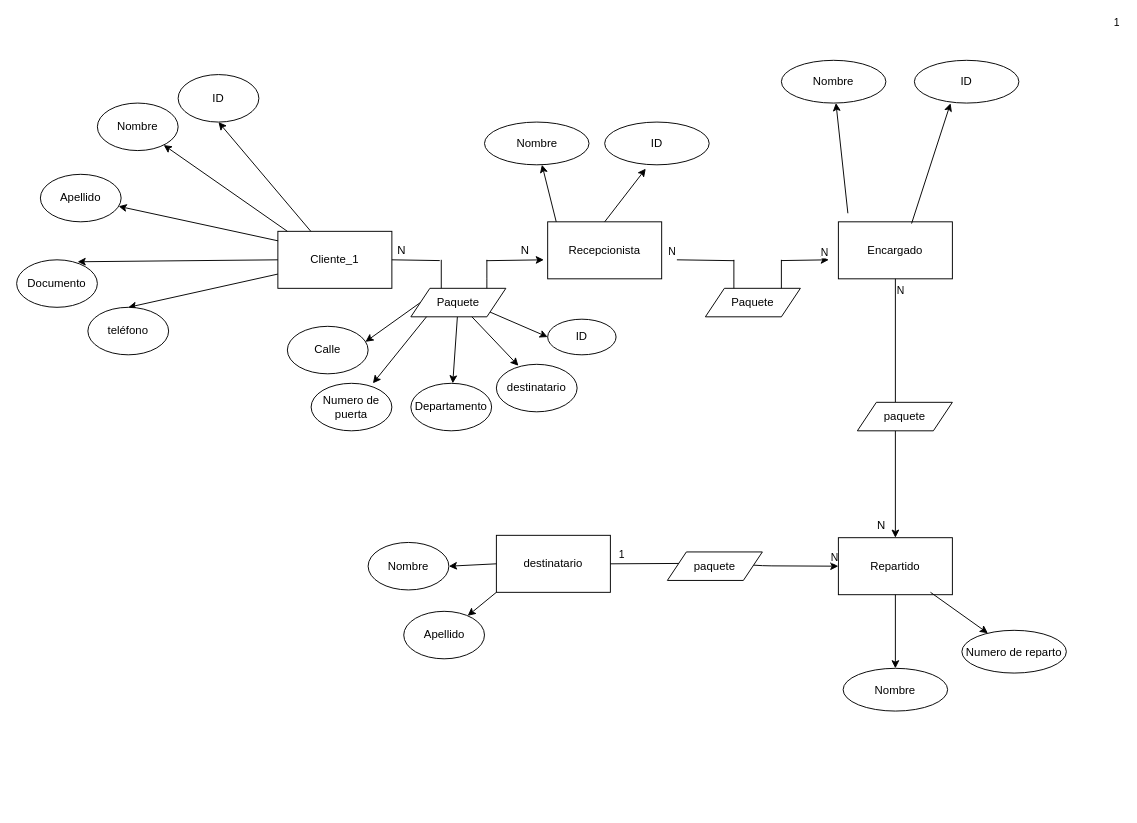
Before: mer.drawio in mateovillaa11/Proyecto_FindeA-o, a draw.io diagram. Source tidied: cells renumbered, new cells numbered last; positions are measured from the earlier drawing's top-left corner, leaving out a move shared by most shapes. Both pictures are drawn from the tidied source at 95%, with x=0, y=0 at pixel (16, 60).
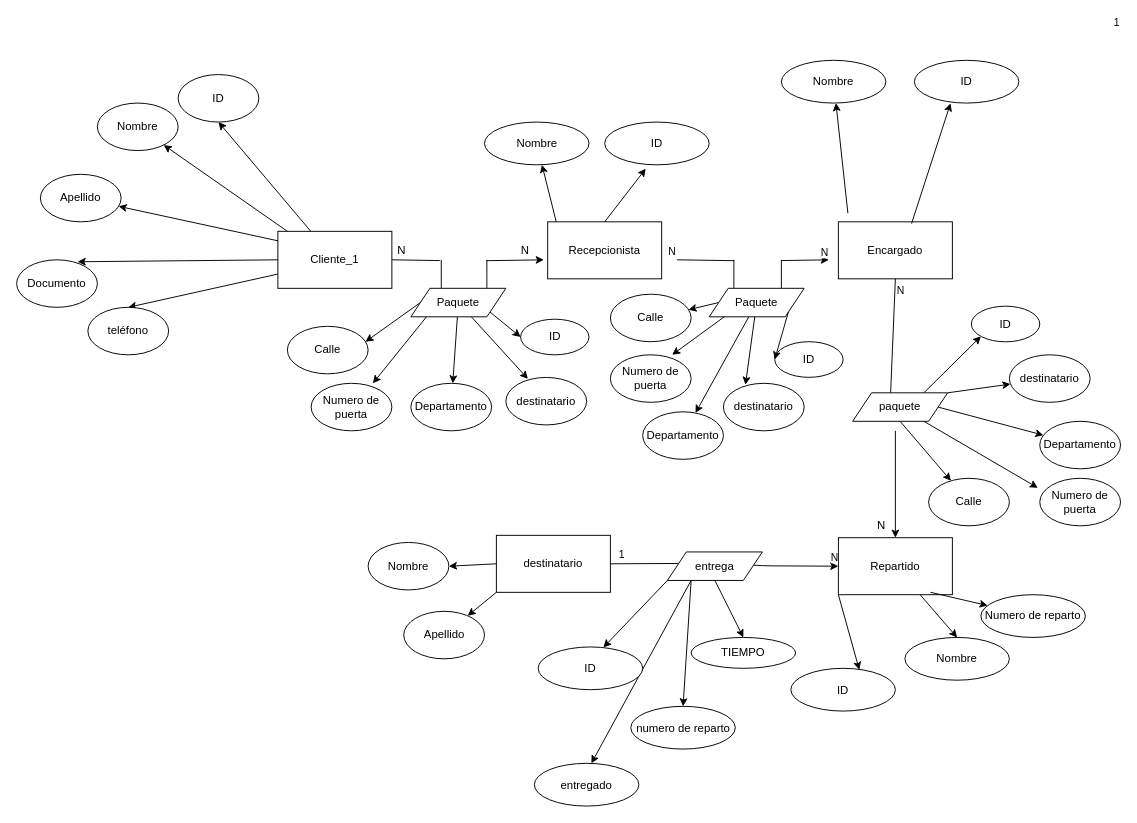
After the change.

Commit message:
mer nuevo

Unchanged cells that the change refers to:
```xml
<mxCell id="3" value="Repartido" style="rounded=0;whiteSpace=wrap;html=1;" parent="1" vertex="1">
  <mxGeometry x="865" y="502.5" width="120" height="60" as="geometry" />
</mxCell>
```

The edit, as a diff of the source:
```diff
@@
+    <mxCell id="67" style="edgeStyle=none;html=1;exitX=0;exitY=1;exitDx=0;exitDy=0;entryX=0.655;entryY=0.036;entryDx=0;entryDy=0;entryPerimeter=0;" parent="1" edge="1" source="3" target="92">
+      <mxGeometry relative="1" as="geometry" />
+    </mxCell>
@@
     <mxCell id="46" value=" destinatario" style="ellipse;whiteSpace=wrap;html=1;" parent="1" vertex="1">
-      <mxGeometry x="505" y="320" width="85" height="50" as="geometry" />
+      <mxGeometry x="515" y="333.8" width="85" height="50" as="geometry" />
     </mxCell>
@@
     <mxCell id="52" value="ID" style="ellipse;whiteSpace=wrap;html=1;" parent="1" vertex="1">
-      <mxGeometry x="559" y="272.5" width="72" height="37.5" as="geometry" />
+      <mxGeometry x="530.5" y="272.5" width="72" height="37.5" as="geometry" />
     </mxCell>
@@
     <mxCell id="58" value="Nombre" style="ellipse;whiteSpace=wrap;html=1;" parent="1" vertex="1">
-      <mxGeometry x="870" y="640" width="110" height="45" as="geometry" />
+      <mxGeometry x="935" y="607.5" width="110" height="45" as="geometry" />
     </mxCell>
     <mxCell id="59" value="Numero de reparto" style="ellipse;whiteSpace=wrap;html=1;" parent="1" vertex="1">
-      <mxGeometry x="995" y="600" width="110" height="45" as="geometry" />
+      <mxGeometry x="1015" y="562.5" width="110" height="45" as="geometry" />
     </mxCell>
@@
-    <mxCell id="62" value="Paquete" style="shape=parallelogram;perimeter=parallelogramPerimeter;whiteSpace=wrap;html=1;fixedSize=1;" parent="1" vertex="1">
-      <mxGeometry x="725" y="240" width="100" height="30" as="geometry" />
-    </mxCell>
@@
+    <mxCell id="68" style="edgeStyle=none;html=1;exitX=0.5;exitY=0;exitDx=0;exitDy=0;" parent="1" edge="1" source="65" target="91">
+      <mxGeometry relative="1" as="geometry" />
+    </mxCell>
+    <mxCell id="69" style="edgeStyle=none;html=1;exitX=0.25;exitY=0;exitDx=0;exitDy=0;" parent="1" edge="1" source="65">
+      <mxGeometry relative="1" as="geometry">
+        <mxPoint x="1075" y="450" as="targetPoint" />
+      </mxGeometry>
+    </mxCell>
+    <mxCell id="70" style="edgeStyle=none;html=1;exitX=0;exitY=0.5;exitDx=0;exitDy=0;" parent="1" edge="1" source="65" target="89">
+      <mxGeometry relative="1" as="geometry" />
+    </mxCell>
+    <mxCell id="71" style="edgeStyle=none;html=1;exitX=0;exitY=1;exitDx=0;exitDy=0;" parent="1" edge="1" source="65" target="88">
+      <mxGeometry relative="1" as="geometry" />
+    </mxCell>
+    <mxCell id="72" style="edgeStyle=none;html=1;exitX=0.25;exitY=1;exitDx=0;exitDy=0;entryX=0;entryY=1;entryDx=0;entryDy=0;" parent="1" edge="1" source="65" target="87">
+      <mxGeometry relative="1" as="geometry" />
+    </mxCell>
     <mxCell id="65" value="paquete" style="shape=parallelogram;perimeter=parallelogramPerimeter;whiteSpace=wrap;html=1;fixedSize=1;direction=west;size=20;" parent="1" vertex="1">
-      <mxGeometry x="885" y="360" width="100" height="30" as="geometry" />
+      <mxGeometry x="880" y="350" width="100" height="30" as="geometry" />
     </mxCell>
+    <mxCell id="73" style="edgeStyle=none;html=1;exitX=1;exitY=0;exitDx=0;exitDy=0;entryX=0.624;entryY=0.012;entryDx=0;entryDy=0;entryPerimeter=0;" parent="1" edge="1" source="66" target="94">
+      <mxGeometry relative="1" as="geometry" />
+    </mxCell>
+    <mxCell id="74" style="edgeStyle=none;html=1;exitX=0.75;exitY=0;exitDx=0;exitDy=0;entryX=0.5;entryY=0;entryDx=0;entryDy=0;" parent="1" edge="1" source="66" target="95">
+      <mxGeometry relative="1" as="geometry" />
+    </mxCell>
+    <mxCell id="75" style="edgeStyle=none;html=1;exitX=0.5;exitY=0;exitDx=0;exitDy=0;entryX=0.5;entryY=0;entryDx=0;entryDy=0;" parent="1" edge="1" source="66" target="93">
+      <mxGeometry relative="1" as="geometry" />
+    </mxCell>
+    <mxCell id="76" style="edgeStyle=none;html=1;exitX=0.75;exitY=0;exitDx=0;exitDy=0;" parent="1" edge="1" source="66">
+      <mxGeometry relative="1" as="geometry">
+        <mxPoint x="605" y="740" as="targetPoint" />
+      </mxGeometry>
+    </mxCell>
-    <mxCell id="66" value="paquete" style="shape=parallelogram;perimeter=parallelogramPerimeter;whiteSpace=wrap;html=1;fixedSize=1;direction=west;size=20;" parent="1" vertex="1">
+    <mxCell id="66" value="entrega" style="shape=parallelogram;perimeter=parallelogramPerimeter;whiteSpace=wrap;html=1;fixedSize=1;direction=west;size=20;" parent="1" vertex="1">
       <mxGeometry x="685" y="517.5" width="100" height="30" as="geometry" />
     </mxCell>
+    <mxCell id="77" value="Departamento" style="ellipse;whiteSpace=wrap;html=1;" parent="1" vertex="1">
+      <mxGeometry x="659" y="370" width="85" height="50" as="geometry" />
+    </mxCell>
+    <mxCell id="78" style="endArrow=classic;html=1;" parent="1" edge="1" source="62" target="77">
+      <mxGeometry relative="1" as="geometry" />
+    </mxCell>
+    <mxCell id="79" value="Calle" style="ellipse;whiteSpace=wrap;html=1;" parent="1" vertex="1">
+      <mxGeometry x="625" y="246.2" width="85" height="50" as="geometry" />
+    </mxCell>
+    <mxCell id="80" style="endArrow=classic;html=1;entryX=0.967;entryY=0.326;entryDx=0;entryDy=0;entryPerimeter=0;exitX=0;exitY=0.5;exitDx=0;exitDy=0;" parent="1" edge="1" source="62" target="79">
+      <mxGeometry relative="1" as="geometry" />
+    </mxCell>
+    <mxCell id="81" value="Numero de puerta" style="ellipse;whiteSpace=wrap;html=1;" parent="1" vertex="1">
+      <mxGeometry x="625" y="310" width="85" height="50" as="geometry" />
+    </mxCell>
+    <mxCell id="82" style="endArrow=classic;html=1;exitX=0.172;exitY=0.968;exitDx=0;exitDy=0;exitPerimeter=0;entryX=0.765;entryY=0;entryDx=0;entryDy=0;entryPerimeter=0;" parent="1" edge="1" source="62" target="81">
+      <mxGeometry relative="1" as="geometry" />
+    </mxCell>
+    <mxCell id="62" value="Paquete" style="shape=parallelogram;perimeter=parallelogramPerimeter;whiteSpace=wrap;html=1;fixedSize=1;" parent="1" vertex="1">
+      <mxGeometry x="729" y="240" width="100" height="30" as="geometry" />
+    </mxCell>
+    <mxCell id="83" value=" destinatario" style="ellipse;whiteSpace=wrap;html=1;" parent="1" vertex="1">
+      <mxGeometry x="744" y="340" width="85" height="50" as="geometry" />
+    </mxCell>
+    <mxCell id="84" style="endArrow=classic;html=1;entryX=0.273;entryY=0.031;entryDx=0;entryDy=0;entryPerimeter=0;" parent="1" edge="1" source="62" target="83">
+      <mxGeometry relative="1" as="geometry" />
+    </mxCell>
+    <mxCell id="85" value="ID" style="ellipse;whiteSpace=wrap;html=1;" parent="1" vertex="1">
+      <mxGeometry x="798" y="296.2" width="72" height="37.5" as="geometry" />
+    </mxCell>
+    <mxCell id="86" style="endArrow=classic;html=1;entryX=0;entryY=0.5;entryDx=0;entryDy=0;exitX=1;exitY=1;exitDx=0;exitDy=0;" parent="1" edge="1" source="62" target="85">
+      <mxGeometry relative="1" as="geometry" />
+    </mxCell>
+    <mxCell id="87" value="ID" style="ellipse;whiteSpace=wrap;html=1;" parent="1" vertex="1">
+      <mxGeometry x="1005" y="258.8" width="72" height="37.5" as="geometry" />
+    </mxCell>
+    <mxCell id="88" value=" destinatario" style="ellipse;whiteSpace=wrap;html=1;" parent="1" vertex="1">
+      <mxGeometry x="1045" y="310" width="85" height="50" as="geometry" />
+    </mxCell>
+    <mxCell id="89" value="Departamento" style="ellipse;whiteSpace=wrap;html=1;" parent="1" vertex="1">
+      <mxGeometry x="1077" y="380" width="85" height="50" as="geometry" />
+    </mxCell>
+    <mxCell id="90" value="Numero de puerta" style="ellipse;whiteSpace=wrap;html=1;" parent="1" vertex="1">
+      <mxGeometry x="1077" y="440" width="85" height="50" as="geometry" />
+    </mxCell>
+    <mxCell id="91" value="Calle" style="ellipse;whiteSpace=wrap;html=1;" parent="1" vertex="1">
+      <mxGeometry x="960" y="440" width="85" height="50" as="geometry" />
+    </mxCell>
+    <mxCell id="92" value="ID" style="ellipse;whiteSpace=wrap;html=1;" parent="1" vertex="1">
+      <mxGeometry x="815" y="640" width="110" height="45" as="geometry" />
+    </mxCell>
+    <mxCell id="93" value="TIEMPO" style="ellipse;whiteSpace=wrap;html=1;" parent="1" vertex="1">
+      <mxGeometry x="710" y="607.5" width="110" height="32.5" as="geometry" />
+    </mxCell>
+    <mxCell id="94" value="ID" style="ellipse;whiteSpace=wrap;html=1;" parent="1" vertex="1">
+      <mxGeometry x="549" y="617.5" width="110" height="45" as="geometry" />
+    </mxCell>
+    <mxCell id="95" value="numero de reparto" style="ellipse;whiteSpace=wrap;html=1;" parent="1" vertex="1">
+      <mxGeometry x="646.5" y="680" width="110" height="45" as="geometry" />
+    </mxCell>
+    <mxCell id="96" value="entregado" style="ellipse;whiteSpace=wrap;html=1;" parent="1" vertex="1">
+      <mxGeometry x="545" y="740" width="110" height="45" as="geometry" />
+    </mxCell>
```
